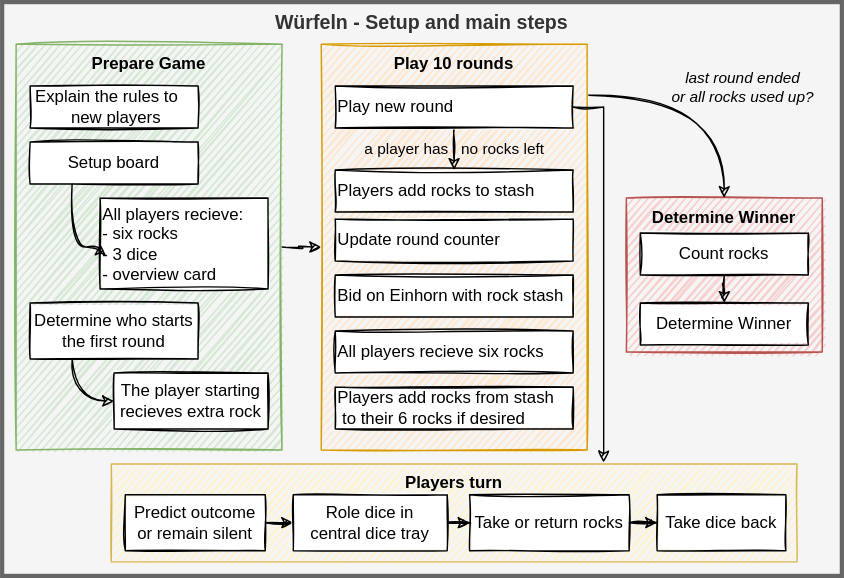
Earlier version of the draw.io export make/games/wuerfeln.drawio.svg (sonj4ev4/FullByte.github.io). Source tidied: cells renumbered, new cells last; positions are measured from the earlier drawing's top-left corner, leaving out a move shared by most shapes.
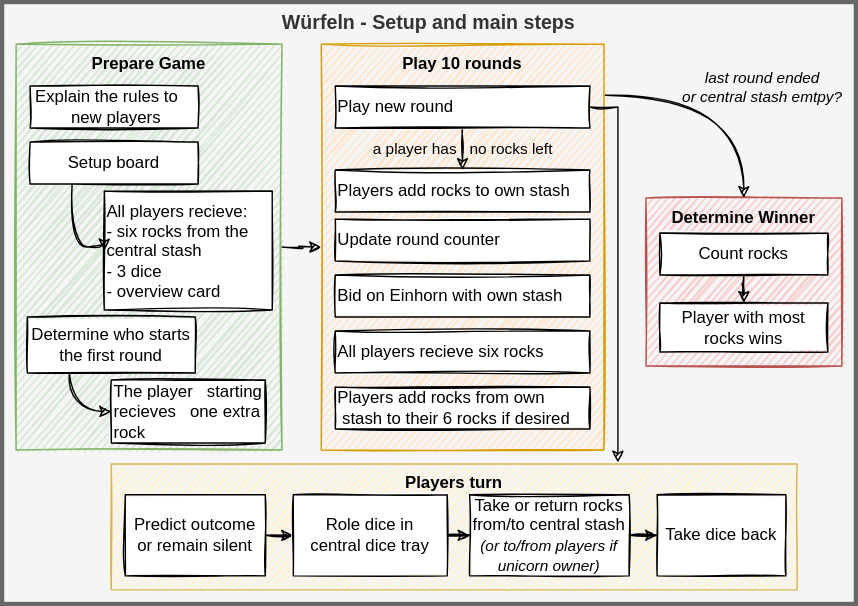
After the commit.

What changed in the source:
```diff
@@ -3,21 +3,21 @@
     <mxCell id="0" />
     <mxCell id="1" parent="0" />
     <mxCell id="2" value="Würfeln - Setup and main steps" style="rounded=0;whiteSpace=wrap;html=1;sketch=0;fontSize=14;align=center;verticalAlign=top;strokeWidth=3;fontStyle=1;fontFamily=Helvetica;fillColor=#f5f5f5;strokeColor=#666666;fontColor=#333333;" parent="1" vertex="1">
-      <mxGeometry width="600" height="410" as="geometry" />
+      <mxGeometry width="610" height="430" as="geometry" />
     </mxCell>
     <mxCell id="3" value="Determine Winner" style="whiteSpace=wrap;html=1;verticalAlign=top;fontStyle=1;fillColor=#f8cecc;strokeColor=#b85450;sketch=1;fontSize=12;" parent="1" vertex="1">
-      <mxGeometry x="446" y="140" width="140" height="110" as="geometry" />
+      <mxGeometry x="460" y="140" width="140" height="120" as="geometry" />
     </mxCell>
     <mxCell id="4" style="edgeStyle=orthogonalEdgeStyle;jettySize=auto;html=1;entryX=0.5;entryY=0;entryDx=0;entryDy=0;sketch=1;curved=1;fontSize=12;exitX=1.005;exitY=0.126;exitDx=0;exitDy=0;exitPerimeter=0;" parent="1" edge="1" source="6" target="3">
       <mxGeometry relative="1" as="geometry" />
     </mxCell>
-    <mxCell id="5" value="last round ended&lt;br&gt;or all rocks used up?" style="edgeLabel;html=1;align=center;verticalAlign=middle;labelBackgroundColor=none;fontStyle=2;" parent="4" vertex="1">
+    <mxCell id="5" value="last round ended&lt;br&gt;or central stash emtpy?" style="edgeLabel;html=1;align=center;verticalAlign=middle;labelBackgroundColor=none;fontStyle=2;" parent="4" vertex="1">
       <mxGeometry x="0.86" y="2" relative="1" as="geometry">
         <mxPoint x="10" y="-67" as="offset" />
       </mxGeometry>
     </mxCell>
     <mxCell id="6" value="Play 10 rounds" style="whiteSpace=wrap;html=1;verticalAlign=top;fontStyle=1;fillColor=#ffe6cc;strokeColor=#d79b00;sketch=1;fontSize=12;" parent="1" vertex="1">
-      <mxGeometry x="228" y="30" width="190" height="290" as="geometry" />
+      <mxGeometry x="228" y="30" width="202" height="290" as="geometry" />
     </mxCell>
     <mxCell id="7" style="edgeStyle=orthogonalEdgeStyle;jettySize=auto;html=1;entryX=0;entryY=0.5;entryDx=0;entryDy=0;sketch=1;curved=1;fontSize=12;" parent="1" edge="1" source="8" target="6">
       <mxGeometry relative="1" as="geometry" />
@@ -25,41 +25,43 @@
     <mxCell id="8" value="Prepare Game" style="whiteSpace=wrap;html=1;verticalAlign=top;fontStyle=1;fillColor=#d5e8d4;strokeColor=#82b366;sketch=1;fontSize=12;" parent="1" vertex="1">
       <mxGeometry x="10" y="30" width="190" height="290" as="geometry" />
     </mxCell>
-    <mxCell id="9" style="edgeStyle=orthogonalEdgeStyle;rounded=0;jettySize=auto;html=1;exitX=1;exitY=0.5;exitDx=0;exitDy=0;sketch=1;entryX=0.718;entryY=-0.014;entryDx=0;entryDy=0;entryPerimeter=0;" parent="1" edge="1" source="11" target="25">
-      <mxGeometry relative="1" as="geometry" />
+    <mxCell id="9" style="edgeStyle=orthogonalEdgeStyle;rounded=0;jettySize=auto;html=1;exitX=1;exitY=0.5;exitDx=0;exitDy=0;sketch=1;" parent="1" edge="1" source="11">
+      <mxGeometry relative="1" as="geometry">
+        <mxPoint x="440" y="329" as="targetPoint" />
+      </mxGeometry>
     </mxCell>
     <mxCell id="10" value="a player has&amp;nbsp; &amp;nbsp;no rocks left" style="edgeStyle=orthogonalEdgeStyle;rounded=0;jettySize=auto;html=1;entryX=0.5;entryY=0;entryDx=0;entryDy=0;sketch=1;labelBackgroundColor=none;" parent="1" edge="1" source="11" target="33">
       <mxGeometry relative="1" as="geometry" />
     </mxCell>
     <mxCell id="11" value="&amp;nbsp;Play new round" style="whiteSpace=wrap;html=1;align=left;sketch=1;fontSize=12;" parent="1" vertex="1">
-      <mxGeometry x="238" y="60" width="170" height="30" as="geometry" />
+      <mxGeometry x="238" y="60" width="182" height="30" as="geometry" />
     </mxCell>
-    <mxCell id="12" value="&amp;nbsp;Bid on Einhorn with rock stash" style="whiteSpace=wrap;html=1;align=left;sketch=1;fontSize=12;" parent="1" vertex="1">
-      <mxGeometry x="238" y="195" width="170" height="30" as="geometry" />
+    <mxCell id="12" value="&amp;nbsp;Bid on Einhorn with own stash" style="whiteSpace=wrap;html=1;align=left;sketch=1;fontSize=12;" parent="1" vertex="1">
+      <mxGeometry x="238" y="195" width="182" height="30" as="geometry" />
     </mxCell>
-    <mxCell id="13" value="Determine Winner" style="whiteSpace=wrap;html=1;sketch=1;fontSize=12;" parent="1" vertex="1">
-      <mxGeometry x="456" y="215" width="120" height="30" as="geometry" />
+    <mxCell id="13" value="Player with most rocks wins" style="whiteSpace=wrap;html=1;sketch=1;fontSize=12;" parent="1" vertex="1">
+      <mxGeometry x="470" y="215" width="120" height="35" as="geometry" />
     </mxCell>
     <mxCell id="14" style="edgeStyle=orthogonalEdgeStyle;jettySize=auto;html=1;entryX=0;entryY=0.5;entryDx=0;entryDy=0;exitX=0.25;exitY=1;exitDx=0;exitDy=0;sketch=1;curved=1;fontSize=12;" parent="1" edge="1" source="15" target="16">
       <mxGeometry relative="1" as="geometry" />
     </mxCell>
     <mxCell id="15" value="Determine who starts the first round" style="whiteSpace=wrap;html=1;sketch=1;fontSize=12;align=center;" parent="1" vertex="1">
-      <mxGeometry x="20" y="215" width="120" height="40" as="geometry" />
+      <mxGeometry x="18" y="225" width="120" height="40" as="geometry" />
     </mxCell>
-    <mxCell id="16" value="The player starting recieves extra rock" style="whiteSpace=wrap;html=1;align=center;sketch=1;fontSize=12;" parent="1" vertex="1">
-      <mxGeometry x="80" y="265" width="110" height="40" as="geometry" />
+    <mxCell id="16" value="&amp;nbsp;The player&amp;nbsp; &amp;nbsp;starting&amp;nbsp;&lt;span&gt;recieves&amp;nbsp; &amp;nbsp;one&amp;nbsp;&lt;/span&gt;extra rock" style="whiteSpace=wrap;html=1;align=left;sketch=1;fontSize=12;" parent="1" vertex="1">
+      <mxGeometry x="78" y="270" width="110" height="45" as="geometry" />
     </mxCell>
-    <mxCell id="17" value="&amp;nbsp;All players recieve:&lt;br style=&quot;font-size: 12px&quot;&gt;&amp;nbsp; - six rocks&lt;br style=&quot;font-size: 12px&quot;&gt;&amp;nbsp; - 3 dice&lt;br&gt;&amp;nbsp; -&amp;nbsp;overview card" style="whiteSpace=wrap;html=1;align=left;sketch=1;fontSize=12;glass=0;" parent="1" vertex="1">
-      <mxGeometry x="70" y="140" width="120" height="65" as="geometry" />
+    <mxCell id="17" value="&amp;nbsp;All players recieve:&lt;br style=&quot;font-size: 12px&quot;&gt;&amp;nbsp; - six rocks from the central stash&lt;br style=&quot;font-size: 12px&quot;&gt;&amp;nbsp; - 3 dice&lt;br&gt;&amp;nbsp; -&amp;nbsp;overview card" style="whiteSpace=wrap;html=1;align=left;sketch=1;fontSize=12;glass=0;" parent="1" vertex="1">
+      <mxGeometry x="73" y="135" width="120" height="85" as="geometry" />
     </mxCell>
-    <mxCell id="18" value="&amp;nbsp;All players recieve&amp;nbsp;six rocks" style="whiteSpace=wrap;html=1;align=left;sketch=1;fontSize=12;" parent="1" vertex="1">
-      <mxGeometry x="238" y="235" width="170" height="30" as="geometry" />
+    <mxCell id="18" value="&amp;nbsp;All players recieve six rocks" style="whiteSpace=wrap;html=1;align=left;sketch=1;fontSize=12;" parent="1" vertex="1">
+      <mxGeometry x="238" y="235" width="182" height="30" as="geometry" />
     </mxCell>
     <mxCell id="19" style="edgeStyle=orthogonalEdgeStyle;jettySize=auto;html=1;sketch=1;curved=1;fontSize=12;" parent="1" edge="1" source="20" target="13">
       <mxGeometry relative="1" as="geometry" />
     </mxCell>
     <mxCell id="20" value="Count rocks" style="whiteSpace=wrap;html=1;sketch=1;fontSize=12;" parent="1" vertex="1">
-      <mxGeometry x="456" y="165" width="120" height="30" as="geometry" />
+      <mxGeometry x="470" y="165" width="120" height="30" as="geometry" />
     </mxCell>
     <mxCell id="21" style="edgeStyle=orthogonalEdgeStyle;jettySize=auto;html=1;entryX=0;entryY=0.5;entryDx=0;entryDy=0;exitX=0.25;exitY=1;exitDx=0;exitDy=0;sketch=1;curved=1;fontSize=12;" parent="1" edge="1" source="22" target="17">
       <mxGeometry relative="1" as="geometry">
@@ -71,38 +73,38 @@
     <mxCell id="22" value="&amp;nbsp;Setup board" style="whiteSpace=wrap;html=1;align=center;verticalAlign=middle;sketch=1;fontSize=12;" parent="1" vertex="1">
       <mxGeometry x="20" y="100" width="120" height="30" as="geometry" />
     </mxCell>
-    <mxCell id="23" value="&amp;nbsp;Players add rocks from stash&amp;nbsp; &amp;nbsp;to their 6 rocks if desired" style="whiteSpace=wrap;html=1;align=left;sketch=1;fontSize=12;" parent="1" vertex="1">
-      <mxGeometry x="238" y="275" width="170" height="30" as="geometry" />
+    <mxCell id="23" value="&amp;nbsp;Players add rocks from own&amp;nbsp; &amp;nbsp;stash to their 6 rocks if desired" style="whiteSpace=wrap;html=1;align=left;sketch=1;fontSize=12;" parent="1" vertex="1">
+      <mxGeometry x="238" y="275" width="182" height="30" as="geometry" />
     </mxCell>
     <mxCell id="24" value="&amp;nbsp;Update round counter" style="whiteSpace=wrap;html=1;align=left;sketch=1;fontSize=12;" parent="1" vertex="1">
-      <mxGeometry x="238" y="155" width="170" height="30" as="geometry" />
+      <mxGeometry x="238" y="155" width="182" height="30" as="geometry" />
     </mxCell>
     <mxCell id="25" value="Players turn" style="whiteSpace=wrap;html=1;verticalAlign=top;fontStyle=1;fillColor=#fff2cc;strokeColor=#d6b656;sketch=1;fontSize=12;" parent="1" vertex="1">
-      <mxGeometry x="78" y="330" width="490" height="70" as="geometry" />
+      <mxGeometry x="78" y="330" width="490" height="90" as="geometry" />
     </mxCell>
     <mxCell id="26" style="edgeStyle=orthogonalEdgeStyle;rounded=0;sketch=1;jettySize=auto;html=1;entryX=0;entryY=0.5;entryDx=0;entryDy=0;" parent="1" edge="1" source="27" target="29">
       <mxGeometry relative="1" as="geometry" />
     </mxCell>
     <mxCell id="27" value="Predict outcome &lt;br&gt;or remain silent" style="whiteSpace=wrap;html=1;align=center;sketch=1;fontSize=12;" parent="1" vertex="1">
-      <mxGeometry x="88" y="352" width="100" height="40" as="geometry" />
+      <mxGeometry x="88" y="352" width="100" height="58" as="geometry" />
     </mxCell>
     <mxCell id="28" style="edgeStyle=orthogonalEdgeStyle;rounded=0;sketch=1;jettySize=auto;html=1;entryX=0;entryY=0.5;entryDx=0;entryDy=0;" parent="1" edge="1" source="29" target="31">
       <mxGeometry relative="1" as="geometry" />
     </mxCell>
     <mxCell id="29" value="Role dice in &lt;br&gt;central dice tray" style="whiteSpace=wrap;html=1;align=center;sketch=1;fontSize=12;" parent="1" vertex="1">
-      <mxGeometry x="208" y="352" width="110" height="40" as="geometry" />
+      <mxGeometry x="208" y="352" width="110" height="58" as="geometry" />
     </mxCell>
     <mxCell id="30" style="edgeStyle=orthogonalEdgeStyle;rounded=0;sketch=1;jettySize=auto;html=1;entryX=0;entryY=0.5;entryDx=0;entryDy=0;" parent="1" edge="1" source="31" target="32">
       <mxGeometry relative="1" as="geometry" />
     </mxCell>
-    <mxCell id="31" value="Take or return rocks" style="whiteSpace=wrap;html=1;align=center;sketch=1;fontSize=12;" parent="1" vertex="1">
-      <mxGeometry x="334" y="352" width="114" height="40" as="geometry" />
+    <mxCell id="31" value="Take or return rocks from/to central stash&lt;br&gt;&lt;i&gt;&lt;font style=&quot;font-size: 11px&quot;&gt;(or to/from players if unicorn owner)&lt;/font&gt;&lt;/i&gt;" style="whiteSpace=wrap;html=1;align=center;sketch=1;fontSize=12;" parent="1" vertex="1">
+      <mxGeometry x="334" y="352" width="114" height="58" as="geometry" />
     </mxCell>
     <mxCell id="32" value="Take dice back" style="whiteSpace=wrap;html=1;align=center;sketch=1;fontSize=12;" parent="1" vertex="1">
-      <mxGeometry x="468" y="352" width="92" height="40" as="geometry" />
+      <mxGeometry x="468" y="352" width="92" height="58" as="geometry" />
     </mxCell>
-    <mxCell id="33" value="&amp;nbsp;Players add rocks to stash" style="whiteSpace=wrap;html=1;align=left;sketch=1;fontSize=12;" parent="1" vertex="1">
-      <mxGeometry x="238" y="120" width="170" height="30" as="geometry" />
+    <mxCell id="33" value="&amp;nbsp;Players add rocks to own stash" style="whiteSpace=wrap;html=1;align=left;sketch=1;fontSize=12;" parent="1" vertex="1">
+      <mxGeometry x="238" y="120" width="182" height="30" as="geometry" />
     </mxCell>
     <mxCell id="34" value="&amp;nbsp;Explain the rules to&amp;nbsp; &amp;nbsp; &amp;nbsp;new players" style="whiteSpace=wrap;html=1;align=center;verticalAlign=middle;sketch=1;fontSize=12;" parent="1" vertex="1">
       <mxGeometry x="20" y="60" width="120" height="30" as="geometry" />
```
